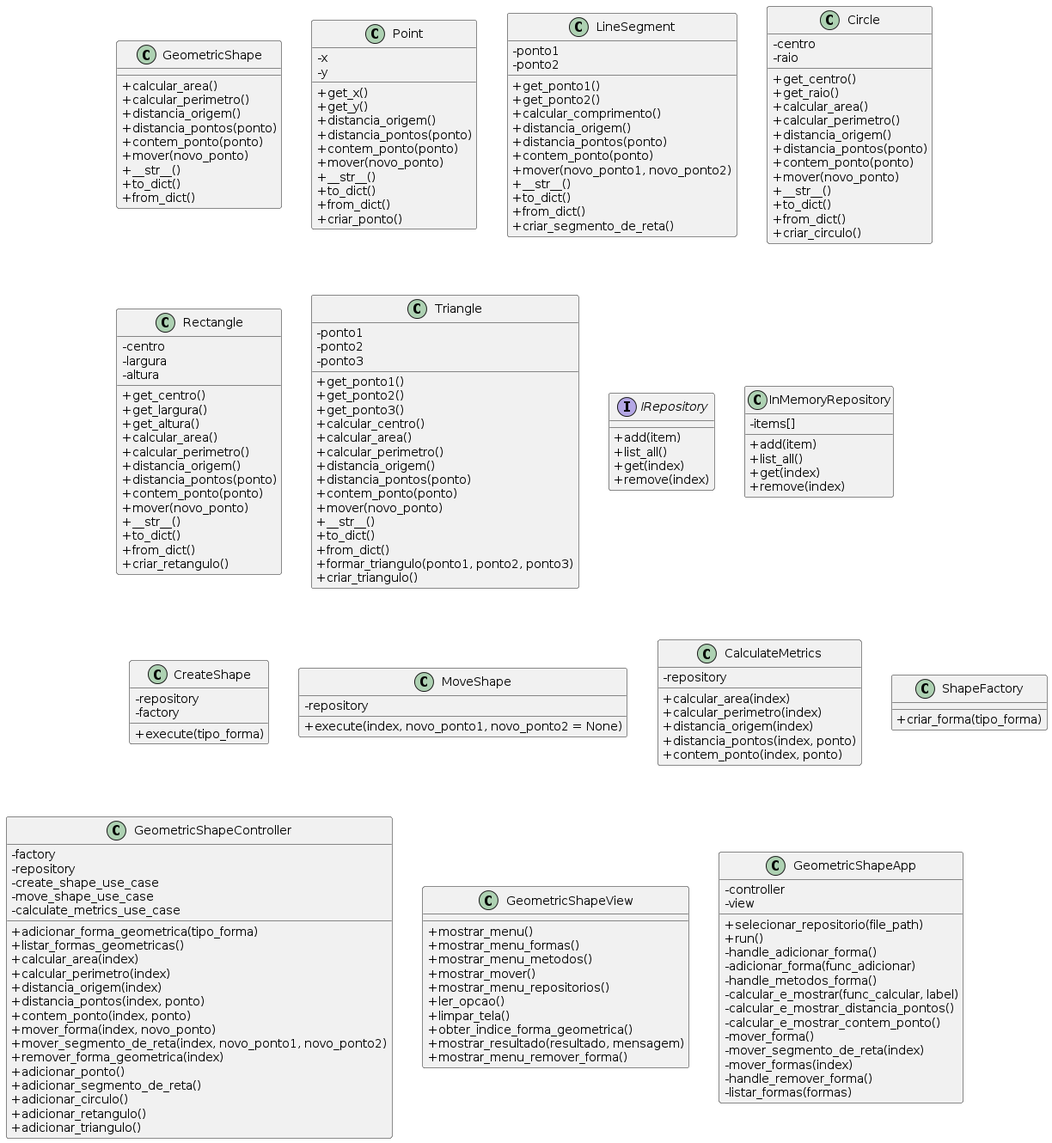
Above: doc/separate_class.png in samuelncaetano/geometric_shapes (PlantUML), before the change.
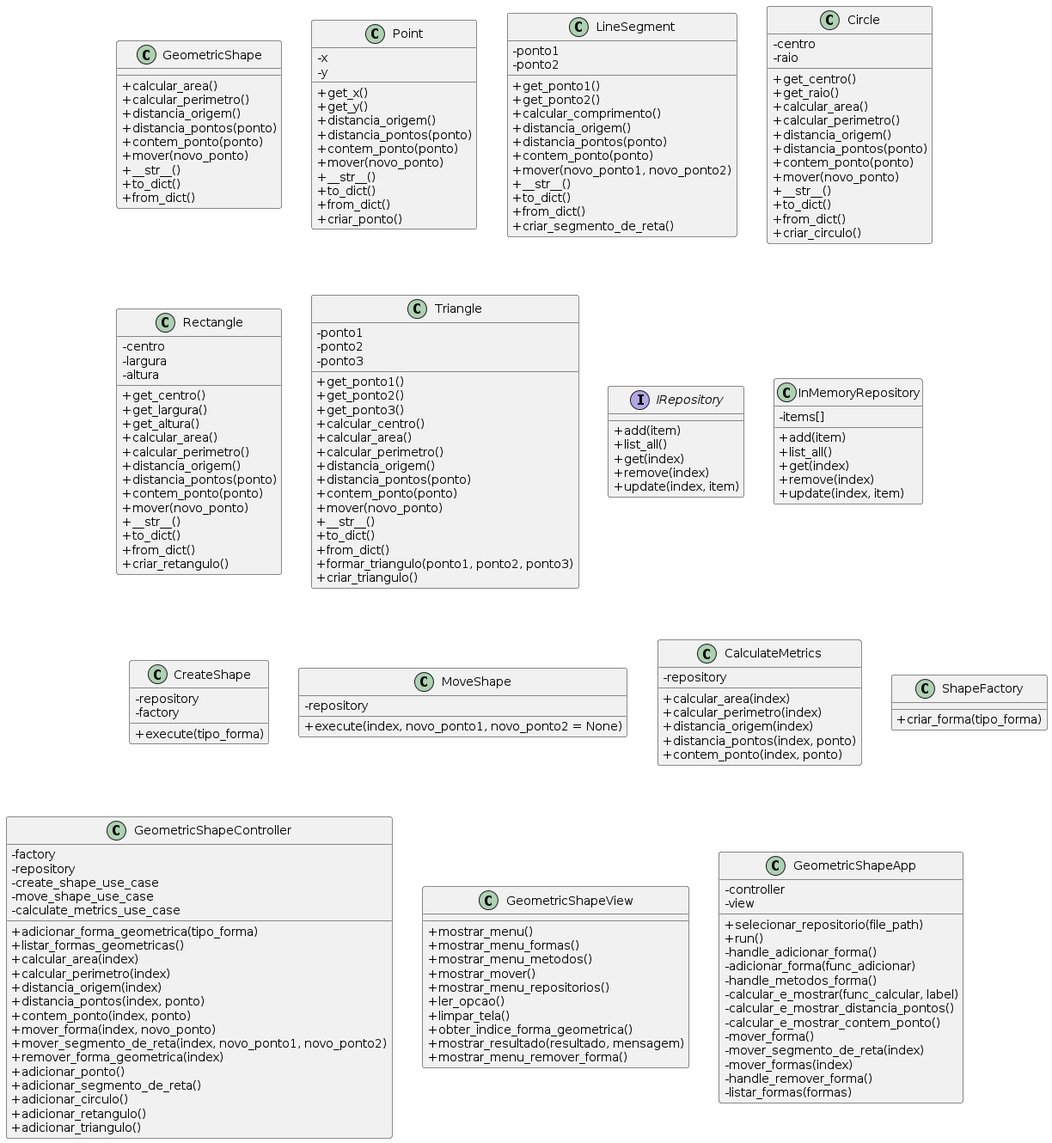
The same diagram one commit later.

Commit message:
docs(separate_class): update the class diagram to contain the update method in the repositories

Change to the diagram source:
```diff
@@ -102,6 +102,7 @@
   + list_all()
   + get(index)
   + remove(index)
+  + update(index, item)
 }
 
 class InMemoryRepository {
@@ -110,6 +111,7 @@
   + list_all()
   + get(index)
   + remove(index)
+  + update(index, item)
 }
 
 class CreateShape {
```
